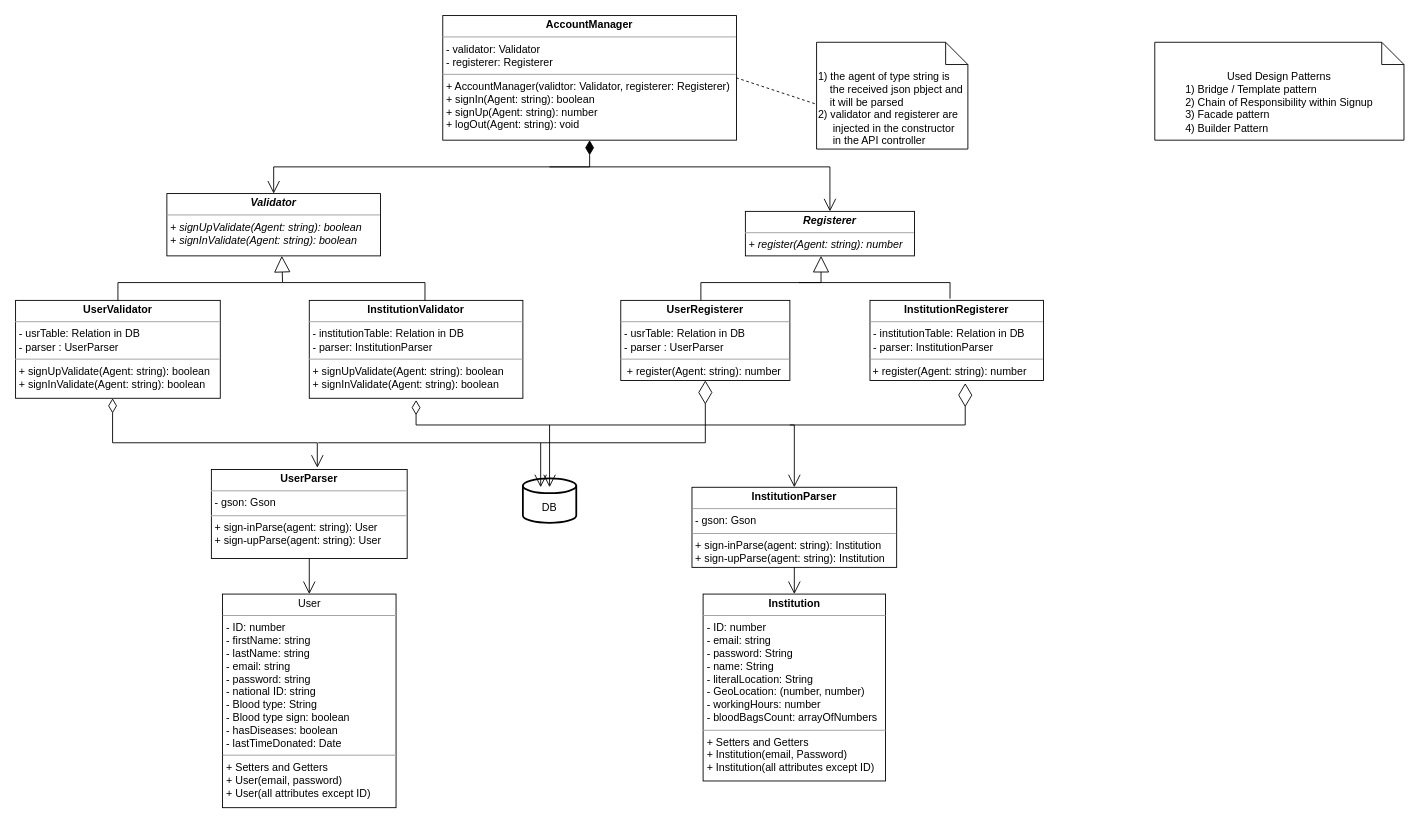
muhmagdy/Bloodify keeps this draw.io diagram as page "Class Diagram" (1 of 3) of AccountManager.drawio. Above is the earlier version. Source tidied: cells renumbered, new cells numbered last; positions are measured from the earlier drawing's top-left corner, leaving out a move shared by most shapes. Both pictures are drawn from the tidied source at 89%, with x=0, y=0 at pixel (15, 15).
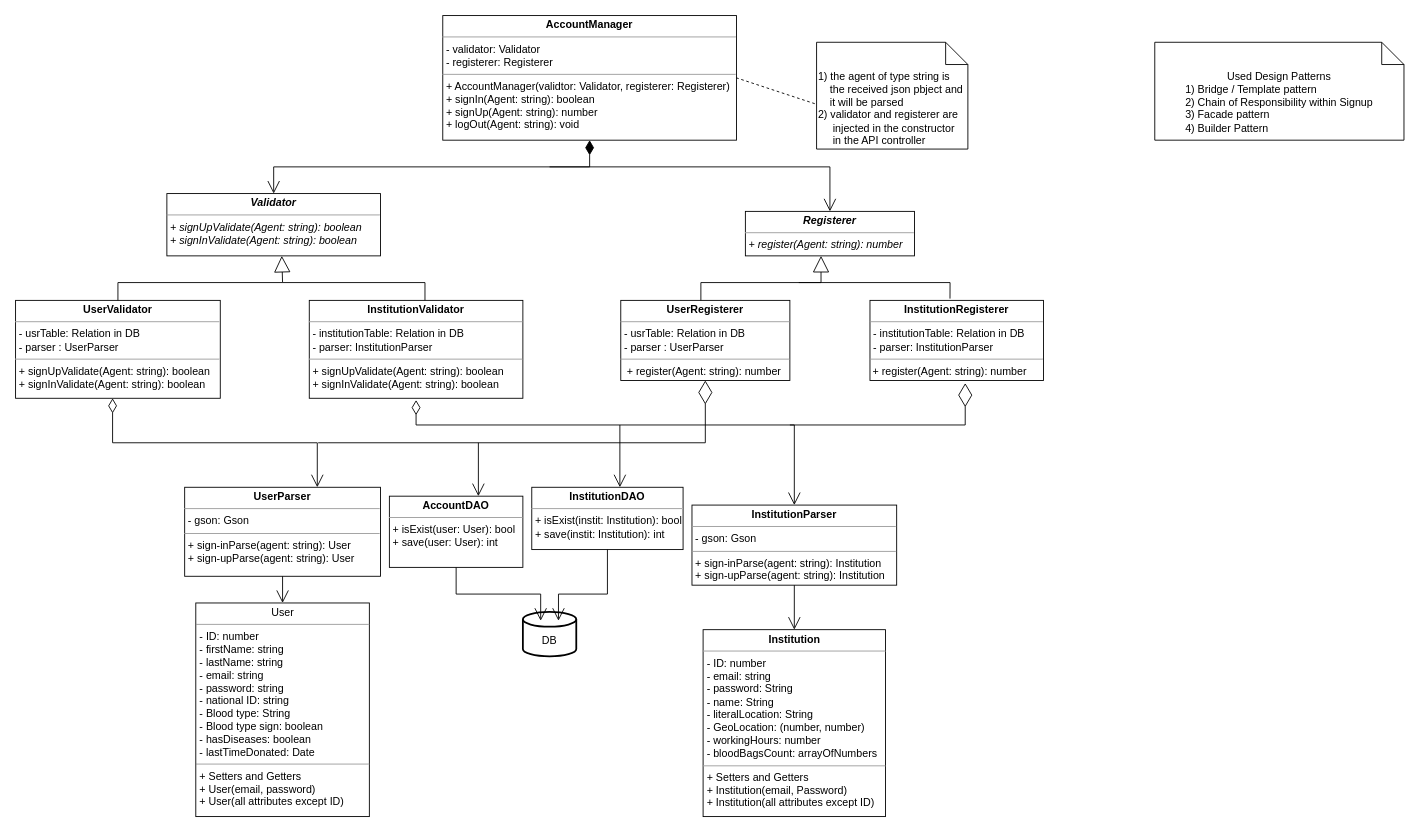
After the change.

Commit message:
account manager modified

The change refers to these unchanged cells:
```xml
<mxCell id="3" value="&lt;p style=&quot;margin:0px;margin-top:4px;text-align:center;&quot;&gt;&lt;b&gt;UserValidator&lt;/b&gt;&lt;/p&gt;&lt;hr size=&quot;1&quot;&gt;&lt;p style=&quot;margin:0px;margin-left:4px;&quot;&gt;- usrTable: Relation in DB&lt;/p&gt;&lt;p style=&quot;margin:0px;margin-left:4px;&quot;&gt;- parser : UserParser&lt;/p&gt;&lt;hr size=&quot;1&quot;&gt;&lt;p style=&quot;margin:0px;margin-left:4px;&quot;&gt;+ signUpValidate(Agent: string): boolean&lt;/p&gt;&lt;p style=&quot;margin:0px;margin-left:4px;&quot;&gt;+ signInValidate(Agent: string): boolean&lt;/p&gt;" style="verticalAlign=top;align=left;overflow=fill;fontSize=12;fontFamily=Helvetica;html=1;" parent="1" vertex="1">
  <mxGeometry y="320" width="230" height="110" as="geometry" />
</mxCell>
```

Change to the diagram source:
```diff
@@
     <mxCell id="17" value="&lt;p style=&quot;margin:0px;margin-top:4px;text-align:center;&quot;&gt;&lt;b&gt;UserParser&lt;/b&gt;&lt;/p&gt;&lt;hr size=&quot;1&quot;&gt;&lt;p style=&quot;margin:0px;margin-left:4px;&quot;&gt;- gson: Gson&lt;/p&gt;&lt;hr size=&quot;1&quot;&gt;&lt;p style=&quot;margin:0px;margin-left:4px;&quot;&gt;+ sign-inParse(agent: string): User&lt;/p&gt;&lt;p style=&quot;margin:0px;margin-left:4px;&quot;&gt;+ sign-upParse(agent: string): User&lt;/p&gt;" style="verticalAlign=top;align=left;overflow=fill;fontSize=12;fontFamily=Helvetica;html=1;" parent="1" vertex="1">
-      <mxGeometry x="220" y="510" width="220" height="100" as="geometry" />
+      <mxGeometry x="190" y="530" width="220" height="100" as="geometry" />
     </mxCell>
     <mxCell id="18" value="&lt;p style=&quot;margin:0px;margin-top:4px;text-align:center;&quot;&gt;&lt;b&gt;InstitutionParser&lt;/b&gt;&lt;/p&gt;&lt;hr size=&quot;1&quot;&gt;&lt;p style=&quot;margin:0px;margin-left:4px;&quot;&gt;- gson: Gson&lt;/p&gt;&lt;hr size=&quot;1&quot;&gt;&lt;p style=&quot;margin:0px;margin-left:4px;&quot;&gt;+ sign-inParse(agent: string): Institution&lt;/p&gt;&lt;p style=&quot;margin:0px;margin-left:4px;&quot;&gt;+ sign-upParse(agent: string): Institution&lt;/p&gt;" style="verticalAlign=top;align=left;overflow=fill;fontSize=12;fontFamily=Helvetica;html=1;" parent="1" vertex="1">
-      <mxGeometry x="760" y="530" width="230" height="90" as="geometry" />
+      <mxGeometry x="760" y="550" width="230" height="90" as="geometry" />
     </mxCell>
     <mxCell id="19" value="&lt;p style=&quot;margin:0px;margin-top:4px;text-align:center;&quot;&gt;User&lt;/p&gt;&lt;hr size=&quot;1&quot;&gt;&lt;p style=&quot;margin:0px;margin-left:4px;&quot;&gt;- ID: number&lt;/p&gt;&lt;p style=&quot;margin:0px;margin-left:4px;&quot;&gt;- firstName: string&lt;/p&gt;&lt;p style=&quot;margin:0px;margin-left:4px;&quot;&gt;- lastName: string&lt;/p&gt;&lt;p style=&quot;margin:0px;margin-left:4px;&quot;&gt;- email: string&lt;/p&gt;&lt;p style=&quot;margin:0px;margin-left:4px;&quot;&gt;- password: string&lt;/p&gt;&lt;p style=&quot;margin:0px;margin-left:4px;&quot;&gt;- national ID: string&lt;/p&gt;&lt;p style=&quot;margin:0px;margin-left:4px;&quot;&gt;- Blood type: String&lt;/p&gt;&lt;p style=&quot;margin:0px;margin-left:4px;&quot;&gt;- Blood type sign: boolean&lt;/p&gt;&lt;p style=&quot;margin:0px;margin-left:4px;&quot;&gt;- hasDiseases: boolean&lt;/p&gt;&lt;p style=&quot;margin:0px;margin-left:4px;&quot;&gt;- lastTimeDonated: Date&lt;/p&gt;&lt;hr size=&quot;1&quot;&gt;&lt;p style=&quot;margin:0px;margin-left:4px;&quot;&gt;+ Setters and Getters&lt;/p&gt;&lt;p style=&quot;margin:0px;margin-left:4px;&quot;&gt;+ User(email, password)&lt;/p&gt;&lt;p style=&quot;margin:0px;margin-left:4px;&quot;&gt;+ User(all attributes except ID)&lt;/p&gt;" style="verticalAlign=top;align=left;overflow=fill;fontSize=12;fontFamily=Helvetica;html=1;" parent="1" vertex="1">
-      <mxGeometry x="232.5" y="650" width="195" height="240" as="geometry" />
+      <mxGeometry x="202.5" y="660" width="195" height="240" as="geometry" />
     </mxCell>
     <mxCell id="20" value="&lt;br&gt;DB" style="strokeWidth=2;html=1;shape=mxgraph.flowchart.database;whiteSpace=wrap;" parent="1" vertex="1">
-      <mxGeometry x="570" y="520" width="60" height="50" as="geometry" />
+      <mxGeometry x="570" y="670" width="60" height="50" as="geometry" />
     </mxCell>
-    <mxCell id="21" style="endArrow=open;html=1;endSize=12;startArrow=diamondThin;startSize=14;startFill=0;edgeStyle=orthogonalEdgeStyle;align=left;verticalAlign=bottom;rounded=0;entryX=0.541;entryY=-0.02;entryDx=0;entryDy=0;entryPerimeter=0;" parent="1" edge="1" source="3" target="17">
+    <mxCell id="21" style="endArrow=open;html=1;endSize=12;startArrow=diamondThin;startSize=14;startFill=0;edgeStyle=orthogonalEdgeStyle;align=left;verticalAlign=bottom;rounded=0;" parent="1" edge="1" source="3" target="17">
       <mxGeometry x="-0.66" y="-190" relative="1" as="geometry">
         <Array as="points">
           <mxPoint x="109" y="480" />
           <mxPoint x="339" y="480" />
         </Array>
       </mxGeometry>
     </mxCell>
@@
     <mxCell id="25" value="&lt;p style=&quot;margin:0px;margin-top:4px;text-align:center;&quot;&gt;&lt;b&gt;Institution&lt;/b&gt;&lt;/p&gt;&lt;hr size=&quot;1&quot;&gt;&lt;p style=&quot;margin:0px;margin-left:4px;&quot;&gt;- ID: number&lt;/p&gt;&lt;p style=&quot;margin:0px;margin-left:4px;&quot;&gt;- email: string&lt;/p&gt;&lt;p style=&quot;margin:0px;margin-left:4px;&quot;&gt;- password: String&lt;/p&gt;&lt;p style=&quot;margin:0px;margin-left:4px;&quot;&gt;- name: String&lt;/p&gt;&lt;p style=&quot;margin:0px;margin-left:4px;&quot;&gt;- literalLocation: String&lt;/p&gt;&lt;p style=&quot;margin:0px;margin-left:4px;&quot;&gt;- GeoLocation: (number, number)&lt;/p&gt;&lt;p style=&quot;margin:0px;margin-left:4px;&quot;&gt;- workingHours: number&lt;/p&gt;&lt;p style=&quot;margin:0px;margin-left:4px;&quot;&gt;- bloodBagsCount: arrayOfNumbers&lt;/p&gt;&lt;hr size=&quot;1&quot;&gt;&lt;p style=&quot;margin:0px;margin-left:4px;&quot;&gt;+ Setters and Getters&lt;/p&gt;&lt;p style=&quot;margin:0px;margin-left:4px;&quot;&gt;+ Institution(email, Password)&lt;/p&gt;&lt;p style=&quot;margin:0px;margin-left:4px;&quot;&gt;+ Institution(all attributes except ID)&lt;/p&gt;" style="verticalAlign=top;align=left;overflow=fill;fontSize=12;fontFamily=Helvetica;html=1;" parent="1" vertex="1">
-      <mxGeometry x="772.5" y="650" width="205" height="210" as="geometry" />
+      <mxGeometry x="772.5" y="690" width="205" height="210" as="geometry" />
     </mxCell>
@@
-    <mxCell id="28" style="endArrow=open;endFill=1;endSize=12;html=1;rounded=0;entryX=0.5;entryY=0;entryDx=0;entryDy=0;" parent="1" edge="1">
+    <mxCell id="28" style="endArrow=open;endFill=1;endSize=12;html=1;rounded=0;" parent="1" edge="1">
       <mxGeometry relative="1" as="geometry">
-        <mxPoint x="590" y="480" as="sourcePoint" />
-        <mxPoint x="590" y="530" as="targetPoint" />
+        <mxPoint x="520" y="480" as="sourcePoint" />
+        <mxPoint x="520" y="540" as="targetPoint" />
       </mxGeometry>
     </mxCell>
     <mxCell id="29" style="endArrow=open;endFill=1;endSize=12;html=1;rounded=0;" parent="1" edge="1">
       <mxGeometry relative="1" as="geometry">
-        <mxPoint x="600" y="460" as="sourcePoint" />
-        <mxPoint x="600" y="530" as="targetPoint" />
+        <mxPoint x="679" y="460" as="sourcePoint" />
+        <mxPoint x="679" y="530" as="targetPoint" />
       </mxGeometry>
     </mxCell>
@@
+    <mxCell id="31" value="&lt;p style=&quot;margin:0px;margin-top:4px;text-align:center;&quot;&gt;&lt;b&gt;AccountDAO&lt;/b&gt;&lt;/p&gt;&lt;hr size=&quot;1&quot;&gt;&lt;p style=&quot;margin:0px;margin-left:4px;&quot;&gt;+ isExist(user: User): bool&lt;/p&gt;&lt;p style=&quot;margin:0px;margin-left:4px;&quot;&gt;+ save(user: User): int&lt;/p&gt;" style="verticalAlign=top;align=left;overflow=fill;fontSize=12;fontFamily=Helvetica;html=1;" parent="1" vertex="1">
+      <mxGeometry x="420" y="540" width="150" height="80" as="geometry" />
+    </mxCell>
+    <mxCell id="32" value="&lt;p style=&quot;margin:0px;margin-top:4px;text-align:center;&quot;&gt;&lt;b&gt;InstitutionDAO&lt;/b&gt;&lt;/p&gt;&lt;hr size=&quot;1&quot;&gt;&lt;p style=&quot;margin:0px;margin-left:4px;&quot;&gt;+ isExist(instit: Institution): boo&lt;span style=&quot;background-color: initial;&quot;&gt;l&lt;/span&gt;&lt;/p&gt;&lt;p style=&quot;margin:0px;margin-left:4px;&quot;&gt;&lt;span style=&quot;background-color: initial;&quot;&gt;+ save(instit: Institution): int&lt;/span&gt;&lt;/p&gt;" style="verticalAlign=top;align=left;overflow=fill;fontSize=12;fontFamily=Helvetica;html=1;" parent="1" vertex="1">
+      <mxGeometry x="580" y="530" width="170" height="70" as="geometry" />
+    </mxCell>
+    <mxCell id="33" style="endArrow=open;endFill=1;endSize=12;html=1;rounded=0;exitX=0.5;exitY=1;exitDx=0;exitDy=0;" parent="1" edge="1" source="31">
+      <mxGeometry relative="1" as="geometry">
+        <mxPoint x="590" y="680" as="targetPoint" />
+        <Array as="points">
+          <mxPoint x="495" y="650" />
+          <mxPoint x="590" y="650" />
+        </Array>
+      </mxGeometry>
+    </mxCell>
+    <mxCell id="34" style="endArrow=open;endFill=1;endSize=12;html=1;rounded=0;exitX=0.5;exitY=1;exitDx=0;exitDy=0;" parent="1" edge="1" source="32">
+      <mxGeometry relative="1" as="geometry">
+        <mxPoint x="610" y="680" as="targetPoint" />
+        <Array as="points">
+          <mxPoint x="665" y="650" />
+          <mxPoint x="610" y="650" />
+        </Array>
+      </mxGeometry>
+    </mxCell>
```
